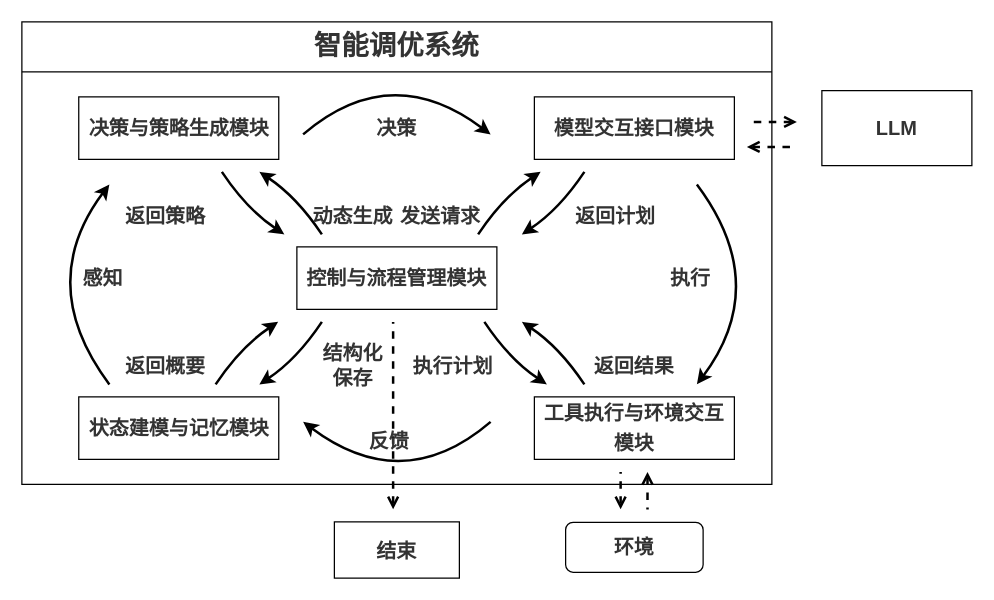
This is page "第 3 页" (3 of 14) of KernelTuneAgent.drawio from DonCoyi/_pictures, a draw.io file, before an edit. Source tidied: cells renumbered, new cells numbered last; positions are measured from the earlier drawing's top-left corner, leaving out a move shared by most shapes. Both pictures are drawn from the tidied source at 125%, with x=0, y=0 at pixel (21, 21).
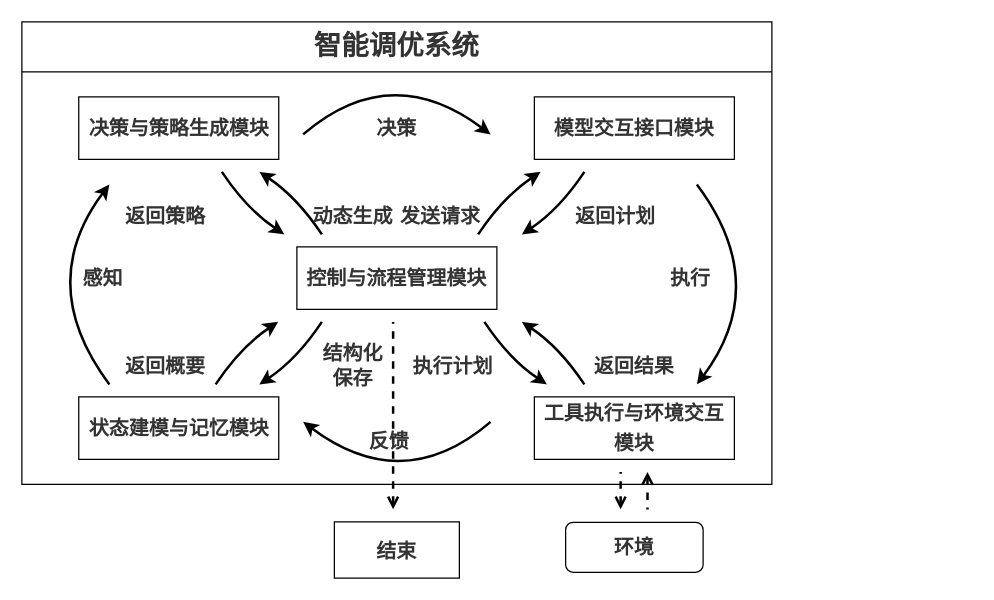
Above is the later version.

What changed in the source:
```diff
@@
-    <mxCell id="36" value="&lt;font&gt;&lt;span&gt;&lt;b&gt;LLM&lt;/b&gt;&lt;/span&gt;&lt;/font&gt;" style="rounded=0;whiteSpace=wrap;html=1;fontColor=#333333;fontFamily=宋体;fontSize=16;" parent="1" vertex="1">
-      <mxGeometry x="640" y="55" width="120" height="60" as="geometry" />
-    </mxCell>
@@
-    <mxCell id="38" style="endArrow=none;startArrow=open;html=1;rounded=0;startFill=0;endFill=0;strokeWidth=2;dashed=1;fontColor=#333333;fontFamily=宋体;fontSize=16;" parent="1" edge="1">
-      <mxGeometry relative="1" as="geometry">
-        <mxPoint x="620" y="80" as="sourcePoint" />
-        <mxPoint x="580" y="80" as="targetPoint" />
-      </mxGeometry>
-    </mxCell>
-    <mxCell id="39" style="endArrow=none;startArrow=open;html=1;rounded=0;startFill=0;endFill=0;strokeWidth=2;dashed=1;fontColor=#333333;fontFamily=宋体;fontSize=16;" parent="1" edge="1">
-      <mxGeometry relative="1" as="geometry">
-        <mxPoint x="580" y="100" as="sourcePoint" />
-        <mxPoint x="620" y="100" as="targetPoint" />
-      </mxGeometry>
-    </mxCell>
```
